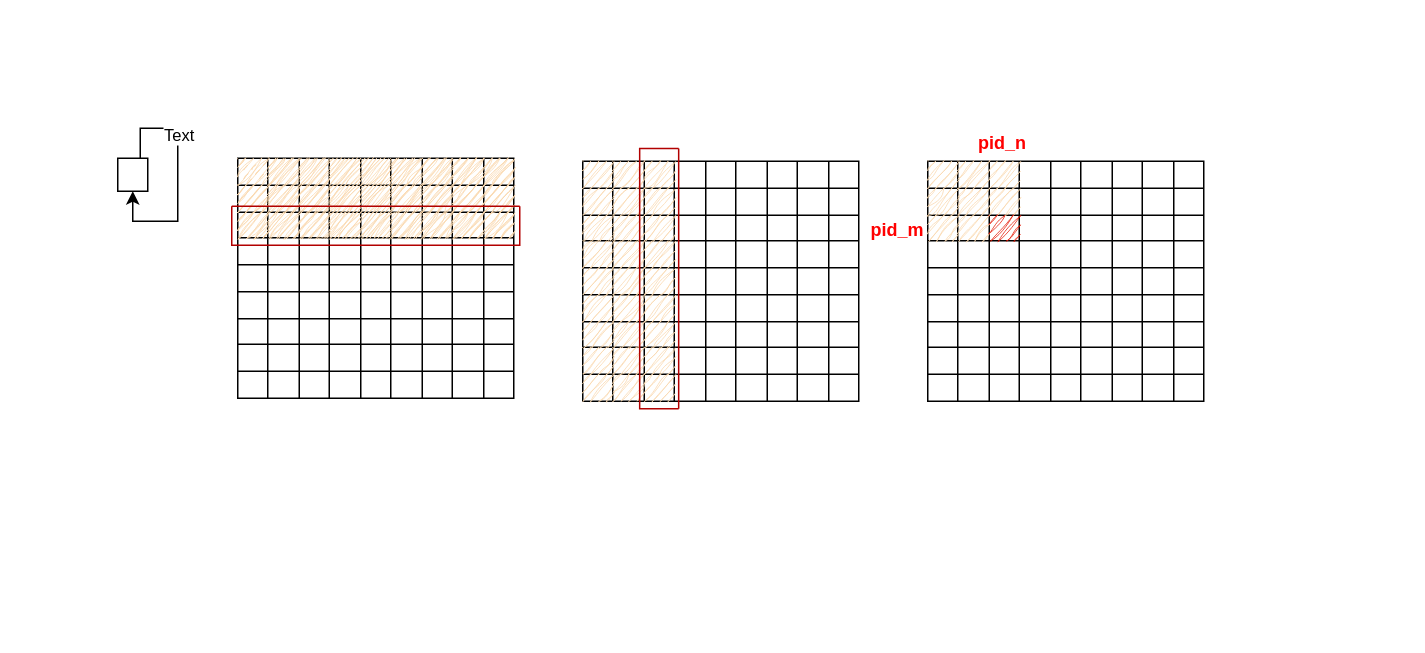
Earlier version of the draw.io diagram assets/triton_matmul.drawio (ShizhongP/dl-notes). Source tidied: cells renumbered, new cells numbered last; positions are measured from the earlier drawing's top-left corner, leaving out a move shared by most shapes. Both pictures are drawn from the tidied source at 150%, with x=0, y=0 at pixel (117, 128).
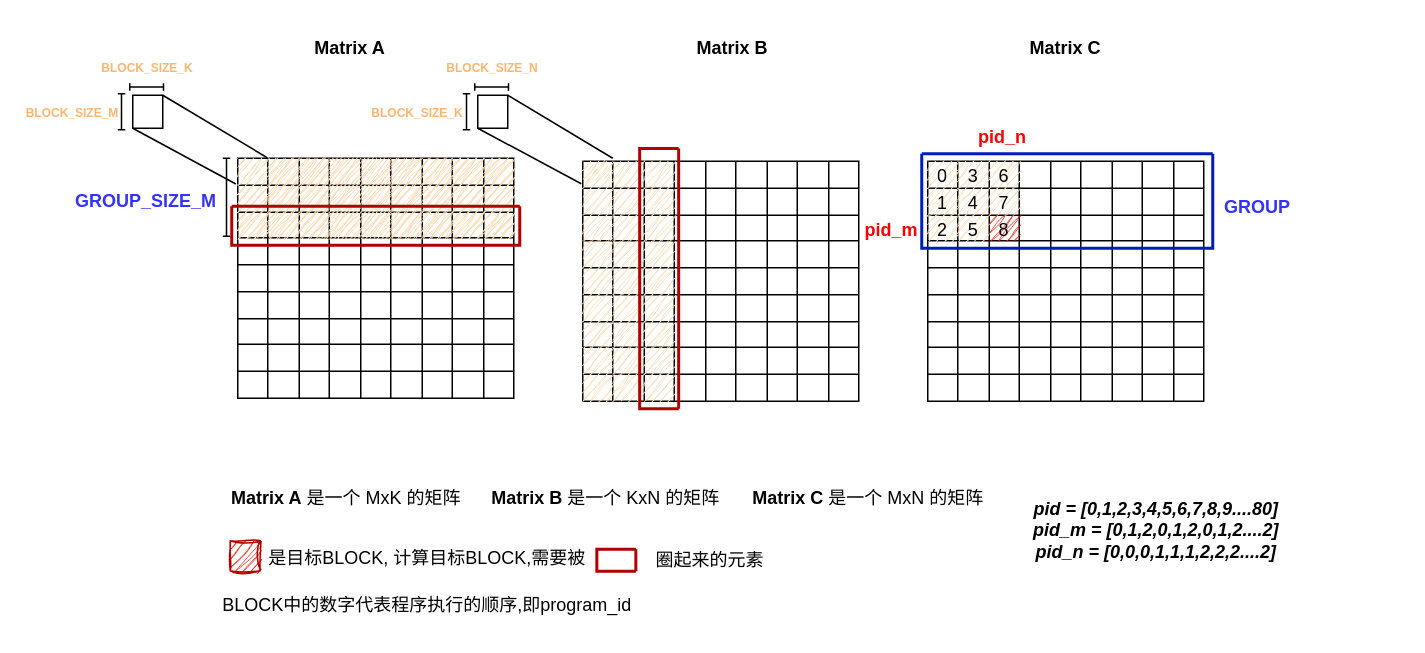
The same page after the edit.

The change refers to these unchanged cells:
```xml
<mxCell id="3" style="shape=tableRow;horizontal=0;startSize=0;swimlaneHead=0;swimlaneBody=0;strokeColor=#b46504;top=0;left=0;bottom=0;right=0;fillColor=#fad7ac;points=[[0,0.5],[1,0.5]];portConstraint=eastwest;swimlaneLine=1;sketch=1;curveFitting=1;jiggle=2;" parent="2" vertex="1">
  <mxGeometry width="184" height="18" as="geometry" />
</mxCell>
<mxCell id="13" style="shape=tableRow;horizontal=0;startSize=0;swimlaneHead=0;swimlaneBody=0;strokeColor=#b46504;top=0;left=0;bottom=0;right=0;fillColor=#fad7ac;points=[[0,0.5],[1,0.5]];portConstraint=eastwest;swimlaneLine=1;sketch=1;curveFitting=1;jiggle=2;" parent="2" vertex="1">
  <mxGeometry y="18" width="184" height="18" as="geometry" />
</mxCell>
<mxCell id="185" style="shape=tableRow;horizontal=0;startSize=0;swimlaneHead=0;swimlaneBody=0;strokeColor=inherit;top=0;left=0;bottom=0;right=0;fillColor=none;" parent="184" vertex="1">
  <mxGeometry width="184" height="18" as="geometry" />
</mxCell>
<mxCell id="195" style="shape=tableRow;horizontal=0;startSize=0;swimlaneHead=0;swimlaneBody=0;strokeColor=inherit;top=0;left=0;bottom=0;right=0;fillColor=none;" parent="184" vertex="1">
  <mxGeometry y="18" width="184" height="18" as="geometry" />
</mxCell>
<mxCell id="205" style="shape=tableRow;horizontal=0;startSize=0;swimlaneHead=0;swimlaneBody=0;strokeColor=inherit;top=0;left=0;bottom=0;right=0;fillColor=none;" parent="184" vertex="1">
  <mxGeometry y="36" width="184" height="17" as="geometry" />
</mxCell>
```

Change to the diagram source:
```diff
@@
-    <mxCell id="186" style="shape=partialRectangle;html=1;whiteSpace=wrap;strokeColor=#b46504;overflow=hidden;fillColor=#fad7ac;top=0;left=0;bottom=0;right=0;sketch=1;curveFitting=1;jiggle=2;" parent="185" vertex="1">
+    <mxCell id="186" value="0" style="shape=partialRectangle;html=1;whiteSpace=wrap;strokeColor=#b46504;overflow=hidden;fillColor=#fad7ac;top=0;left=0;bottom=0;right=0;sketch=1;curveFitting=1;jiggle=2;" parent="185" vertex="1">
       <mxGeometry width="20" height="18" as="geometry" />
     </mxCell>
-    <mxCell id="187" style="shape=partialRectangle;html=1;whiteSpace=wrap;strokeColor=#b46504;overflow=hidden;fillColor=#fad7ac;top=0;left=0;bottom=0;right=0;sketch=1;curveFitting=1;jiggle=2;" parent="185" vertex="1">
+    <mxCell id="187" value="3" style="shape=partialRectangle;html=1;whiteSpace=wrap;strokeColor=#b46504;overflow=hidden;fillColor=#fad7ac;top=0;left=0;bottom=0;right=0;sketch=1;curveFitting=1;jiggle=2;" parent="185" vertex="1">
       <mxGeometry x="20" width="21" height="18" as="geometry" />
     </mxCell>
-    <mxCell id="188" style="shape=partialRectangle;html=1;whiteSpace=wrap;strokeColor=#b46504;overflow=hidden;fillColor=#fad7ac;top=0;left=0;bottom=0;right=0;sketch=1;curveFitting=1;jiggle=2;" parent="185" vertex="1">
+    <mxCell id="188" value="6" style="shape=partialRectangle;html=1;whiteSpace=wrap;strokeColor=#b46504;overflow=hidden;fillColor=#fad7ac;top=0;left=0;bottom=0;right=0;sketch=1;curveFitting=1;jiggle=2;" parent="185" vertex="1">
       <mxGeometry x="41" width="20" height="18" as="geometry" />
     </mxCell>
@@
-    <mxCell id="196" style="shape=partialRectangle;html=1;whiteSpace=wrap;strokeColor=#b46504;overflow=hidden;fillColor=#fad7ac;top=0;left=0;bottom=0;right=0;sketch=1;curveFitting=1;jiggle=2;" parent="195" vertex="1">
+    <mxCell id="196" value="1" style="shape=partialRectangle;html=1;whiteSpace=wrap;strokeColor=#b46504;overflow=hidden;fillColor=#fad7ac;top=0;left=0;bottom=0;right=0;sketch=1;curveFitting=1;jiggle=2;" parent="195" vertex="1">
       <mxGeometry width="20" height="18" as="geometry" />
     </mxCell>
-    <mxCell id="197" style="shape=partialRectangle;html=1;whiteSpace=wrap;strokeColor=#b46504;overflow=hidden;fillColor=#fad7ac;top=0;left=0;bottom=0;right=0;sketch=1;curveFitting=1;jiggle=2;" parent="195" vertex="1">
+    <mxCell id="197" value="4" style="shape=partialRectangle;html=1;whiteSpace=wrap;strokeColor=#b46504;overflow=hidden;fillColor=#fad7ac;top=0;left=0;bottom=0;right=0;sketch=1;curveFitting=1;jiggle=2;" parent="195" vertex="1">
       <mxGeometry x="20" width="21" height="18" as="geometry" />
     </mxCell>
-    <mxCell id="198" style="shape=partialRectangle;html=1;whiteSpace=wrap;strokeColor=#b46504;overflow=hidden;fillColor=#fad7ac;top=0;left=0;bottom=0;right=0;sketch=1;curveFitting=1;jiggle=2;" parent="195" vertex="1">
+    <mxCell id="198" value="7" style="shape=partialRectangle;html=1;whiteSpace=wrap;strokeColor=#b46504;overflow=hidden;fillColor=#fad7ac;top=0;left=0;bottom=0;right=0;sketch=1;curveFitting=1;jiggle=2;" parent="195" vertex="1">
       <mxGeometry x="41" width="20" height="18" as="geometry" />
     </mxCell>
@@
-    <mxCell id="206" style="shape=partialRectangle;html=1;whiteSpace=wrap;strokeColor=#b46504;overflow=hidden;fillColor=#fad7ac;top=0;left=0;bottom=0;right=0;sketch=1;curveFitting=1;jiggle=2;" parent="205" vertex="1">
+    <mxCell id="206" value="2" style="shape=partialRectangle;html=1;whiteSpace=wrap;strokeColor=#b46504;overflow=hidden;fillColor=#fad7ac;top=0;left=0;bottom=0;right=0;sketch=1;curveFitting=1;jiggle=2;" parent="205" vertex="1">
       <mxGeometry width="20" height="17" as="geometry" />
     </mxCell>
-    <mxCell id="207" style="shape=partialRectangle;html=1;whiteSpace=wrap;strokeColor=#b46504;overflow=hidden;fillColor=#fad7ac;top=0;left=0;bottom=0;right=0;sketch=1;curveFitting=1;jiggle=2;" parent="205" vertex="1">
+    <mxCell id="207" value="5" style="shape=partialRectangle;html=1;whiteSpace=wrap;strokeColor=#b46504;overflow=hidden;fillColor=#fad7ac;top=0;left=0;bottom=0;right=0;sketch=1;curveFitting=1;jiggle=2;" parent="205" vertex="1">
       <mxGeometry x="20" width="21" height="17" as="geometry" />
     </mxCell>
-    <mxCell id="208" style="shape=partialRectangle;html=1;whiteSpace=wrap;strokeColor=#B20000;overflow=hidden;fillColor=#e51400;top=0;left=0;bottom=0;right=0;sketch=1;curveFitting=1;jiggle=2;fontColor=#ffffff;" parent="205" vertex="1">
+    <mxCell id="208" value="&lt;span style=&quot;color: rgb(0, 0, 0);&quot;&gt;8&lt;/span&gt;" style="shape=partialRectangle;html=1;whiteSpace=wrap;strokeColor=#B20000;overflow=hidden;fillColor=#e51400;top=0;left=0;bottom=0;right=0;sketch=1;curveFitting=1;jiggle=2;fontColor=#ffffff;" parent="205" vertex="1">
       <mxGeometry x="41" width="20" height="17" as="geometry" />
     </mxCell>
@@
-    <mxCell id="275" style="swimlane;startSize=0;fillColor=#e51400;fontColor=#ffffff;strokeColor=#B20000;" parent="1" vertex="1">
+    <mxCell id="275" style="swimlane;startSize=0;fillColor=#e51400;fontColor=#ffffff;strokeColor=#B20000;strokeWidth=2;" parent="1" vertex="1">
       <mxGeometry x="76" y="52" width="192" height="26" as="geometry" />
     </mxCell>
-    <mxCell id="276" style="swimlane;startSize=0;fillColor=#e51400;fontColor=#ffffff;strokeColor=#B20000;rotation=90;" parent="1" vertex="1">
+    <mxCell id="276" style="swimlane;startSize=0;fillColor=#e51400;fontColor=#ffffff;strokeColor=#B20000;rotation=90;strokeWidth=2;" parent="1" vertex="1">
       <mxGeometry x="274.2" y="87.2" width="173.5" height="26" as="geometry" />
     </mxCell>
     <mxCell id="277" value="&lt;b&gt;&lt;span style=&quot;color: rgb(255, 0, 0);&quot;&gt;pid_m&lt;/span&gt;&lt;/b&gt;" style="text;html=1;align=center;verticalAlign=middle;whiteSpace=wrap;rounded=0;" parent="1" vertex="1">
-      <mxGeometry x="500" y="58" width="40" height="20" as="geometry" />
+      <mxGeometry x="496" y="58" width="40" height="20" as="geometry" />
     </mxCell>
     <mxCell id="278" value="&lt;b&gt;&lt;span style=&quot;color: rgb(255, 0, 0);&quot;&gt;pid_n&lt;/span&gt;&lt;/b&gt;" style="text;html=1;align=center;verticalAlign=middle;whiteSpace=wrap;rounded=0;" parent="1" vertex="1">
-      <mxGeometry x="570" width="40" height="20" as="geometry" />
+      <mxGeometry x="570" y="-4" width="40" height="20" as="geometry" />
     </mxCell>
     <mxCell id="279" style="rounded=0;whiteSpace=wrap;html=1;" parent="1" vertex="1">
-      <mxGeometry y="20" width="20" height="22" as="geometry" />
+      <mxGeometry x="10" y="-22" width="20" height="22" as="geometry" />
     </mxCell>
-    <mxCell id="280" style="edgeStyle=orthogonalEdgeStyle;rounded=0;orthogonalLoop=1;jettySize=auto;html=1;exitX=0.75;exitY=0;exitDx=0;exitDy=0;" parent="1" edge="1" source="279" target="279">
-      <mxGeometry relative="1" as="geometry" />
-    </mxCell>
-    <mxCell id="281" value="Text" style="edgeLabel;html=1;align=center;verticalAlign=middle;" parent="280" vertex="1">
-      <mxGeometry x="-0.38" relative="1" as="geometry" />
-    </mxCell>
+    <mxCell id="282" style="endArrow=none;html=1;rounded=0;exitX=-0.007;exitY=-0.046;exitDx=0;exitDy=0;exitPerimeter=0;entryX=0;entryY=1;entryDx=0;entryDy=0;" parent="1" edge="1" source="13" target="279">
+      <mxGeometry relative="1" as="geometry" />
+    </mxCell>
+    <mxCell id="283" style="endArrow=none;html=1;rounded=0;entryX=1;entryY=0;entryDx=0;entryDy=0;exitX=0.107;exitY=-0.019;exitDx=0;exitDy=0;exitPerimeter=0;" parent="1" edge="1" source="3" target="279">
+      <mxGeometry relative="1" as="geometry" />
+    </mxCell>
+    <mxCell id="284" style="shape=crossbar;whiteSpace=wrap;html=1;rounded=1;direction=south;" parent="1" vertex="1">
+      <mxGeometry y="-23" width="5" height="24" as="geometry" />
+    </mxCell>
+    <mxCell id="285" style="shape=crossbar;whiteSpace=wrap;html=1;rounded=1;direction=west;" parent="1" vertex="1">
+      <mxGeometry x="8" y="-30" width="22.5" height="5" as="geometry" />
+    </mxCell>
+    <mxCell id="286" value="&lt;b&gt;&lt;font style=&quot;font-size: 8px; color: rgb(255, 181, 112);&quot;&gt;BLOCK_SIZE_M&lt;/font&gt;&lt;/b&gt;" style="text;html=1;align=center;verticalAlign=middle;whiteSpace=wrap;rounded=0;" parent="1" vertex="1">
+      <mxGeometry x="-60" y="-26" width="60" height="30" as="geometry" />
+    </mxCell>
+    <mxCell id="287" value="&lt;b style=&quot;color: rgb(0, 0, 255);&quot;&gt;&lt;font style=&quot;font-size: 8px; color: rgb(255, 181, 112);&quot;&gt;BLOCK_SIZE_K&lt;/font&gt;&lt;/b&gt;" style="text;html=1;align=center;verticalAlign=middle;whiteSpace=wrap;rounded=0;" parent="1" vertex="1">
+      <mxGeometry x="-10" y="-56" width="60" height="30" as="geometry" />
+    </mxCell>
+    <mxCell id="288" value="&lt;b&gt;Matrix A&lt;/b&gt;" style="text;html=1;align=center;verticalAlign=middle;whiteSpace=wrap;rounded=0;" parent="1" vertex="1">
+      <mxGeometry x="125" y="-68" width="60" height="30" as="geometry" />
+    </mxCell>
+    <mxCell id="289" style="shape=partialRectangle;html=1;whiteSpace=wrap;strokeColor=#b46504;overflow=hidden;fillColor=#fad7ac;top=0;left=0;bottom=0;right=0;fillStyle=dashed;swimlaneLine=1;sketch=1;curveFitting=1;jiggle=2;" parent="1" vertex="1">
+      <mxGeometry x="310" y="20" width="20" height="18" as="geometry" />
+    </mxCell>
+    <mxCell id="290" style="rounded=0;whiteSpace=wrap;html=1;" parent="1" vertex="1">
+      <mxGeometry x="240" y="-22" width="20" height="22" as="geometry" />
+    </mxCell>
+    <mxCell id="291" style="endArrow=none;html=1;rounded=0;exitX=-0.007;exitY=-0.046;exitDx=0;exitDy=0;exitPerimeter=0;entryX=0;entryY=1;entryDx=0;entryDy=0;" parent="1" edge="1" target="290">
+      <mxGeometry relative="1" as="geometry">
+        <mxPoint x="309" y="37" as="sourcePoint" />
+      </mxGeometry>
+    </mxCell>
+    <mxCell id="292" style="endArrow=none;html=1;rounded=0;entryX=1;entryY=0;entryDx=0;entryDy=0;exitX=0.107;exitY=-0.019;exitDx=0;exitDy=0;exitPerimeter=0;" parent="1" edge="1" target="290">
+      <mxGeometry relative="1" as="geometry">
+        <mxPoint x="330" y="20" as="sourcePoint" />
+      </mxGeometry>
+    </mxCell>
+    <mxCell id="293" style="shape=crossbar;whiteSpace=wrap;html=1;rounded=1;direction=south;" parent="1" vertex="1">
+      <mxGeometry x="230" y="-23" width="5" height="24" as="geometry" />
+    </mxCell>
+    <mxCell id="294" style="shape=crossbar;whiteSpace=wrap;html=1;rounded=1;direction=west;" parent="1" vertex="1">
+      <mxGeometry x="238" y="-30" width="22.5" height="5" as="geometry" />
+    </mxCell>
+    <mxCell id="295" value="&lt;b&gt;&lt;font style=&quot;font-size: 8px; color: rgb(255, 181, 112);&quot;&gt;BLOCK_SIZE_K&lt;/font&gt;&lt;/b&gt;" style="text;html=1;align=center;verticalAlign=middle;whiteSpace=wrap;rounded=0;" parent="1" vertex="1">
+      <mxGeometry x="170" y="-26" width="60" height="30" as="geometry" />
+    </mxCell>
+    <mxCell id="296" value="&lt;b&gt;&lt;font style=&quot;font-size: 8px; color: rgb(255, 181, 112);&quot;&gt;BLOCK_SIZE_N&lt;/font&gt;&lt;/b&gt;" style="text;html=1;align=center;verticalAlign=middle;whiteSpace=wrap;rounded=0;" parent="1" vertex="1">
+      <mxGeometry x="220" y="-56" width="60" height="30" as="geometry" />
+    </mxCell>
+    <mxCell id="297" value="&lt;b&gt;Matrix B&lt;br&gt;&lt;/b&gt;" style="text;html=1;align=center;verticalAlign=middle;whiteSpace=wrap;rounded=0;" parent="1" vertex="1">
+      <mxGeometry x="380" y="-68" width="60" height="30" as="geometry" />
+    </mxCell>
+    <mxCell id="298" style="rounded=0;whiteSpace=wrap;html=1;fillColor=#e51400;fontColor=#ffffff;strokeColor=#B20000;sketch=1;curveFitting=1;jiggle=2;" parent="1" vertex="1">
+      <mxGeometry x="75" y="275" width="20" height="20" as="geometry" />
+    </mxCell>
+    <mxCell id="299" value="是目标BLOCK, 计算目标BLOCK,需要被" style="text;html=1;align=center;verticalAlign=middle;whiteSpace=wrap;rounded=0;" parent="1" vertex="1">
+      <mxGeometry x="88" y="272" width="237" height="30" as="geometry" />
+    </mxCell>
+    <mxCell id="300" value="&lt;b&gt;Matrix C&lt;br&gt;&lt;/b&gt;" style="text;html=1;align=center;verticalAlign=middle;whiteSpace=wrap;rounded=0;" parent="1" vertex="1">
+      <mxGeometry x="602" y="-68" width="60" height="30" as="geometry" />
+    </mxCell>
+    <mxCell id="301" style="swimlane;startSize=0;fillColor=#0050ef;fontColor=#ffffff;strokeColor=#001DBC;strokeWidth=2;" parent="1" vertex="1">
+      <mxGeometry x="536" y="17" width="194" height="63" as="geometry" />
+    </mxCell>
+    <mxCell id="302" value="&lt;b&gt;&lt;span style=&quot;color: light-dark(rgb(51, 51, 255), rgb(168, 168, 255));&quot;&gt;GROUP&lt;/span&gt;&lt;/b&gt;" style="text;html=1;align=center;verticalAlign=middle;whiteSpace=wrap;rounded=0;" parent="1" vertex="1">
+      <mxGeometry x="730" y="38" width="60" height="30" as="geometry" />
+    </mxCell>
+    <mxCell id="303" style="shape=crossbar;whiteSpace=wrap;html=1;rounded=1;direction=south;" parent="1" vertex="1">
+      <mxGeometry x="70" y="20" width="5" height="52" as="geometry" />
+    </mxCell>
+    <mxCell id="304" value="&lt;b&gt;&lt;span style=&quot;color: rgb(51, 51, 255);&quot;&gt;&lt;span style=&quot;color: light-dark(rgb(51, 51, 255), rgb(168, 168, 255));&quot;&gt;GROUP&lt;/span&gt;_SIZE_M&lt;/span&gt;&lt;/b&gt;" style="text;html=1;align=center;verticalAlign=middle;whiteSpace=wrap;rounded=0;" parent="1" vertex="1">
+      <mxGeometry x="-10.8" y="33.5" width="60" height="30" as="geometry" />
+    </mxCell>
+    <mxCell id="305" style="swimlane;startSize=0;fillColor=#e51400;fontColor=#ffffff;strokeColor=#B20000;rotation=90;strokeWidth=2;" parent="1" vertex="1">
+      <mxGeometry x="325" y="275" width="14.8" height="26" as="geometry" />
+    </mxCell>
+    <mxCell id="306" value="圈起来的元素" style="text;html=1;align=center;verticalAlign=middle;whiteSpace=wrap;rounded=0;" parent="1" vertex="1">
+      <mxGeometry x="335" y="273" width="120" height="30" as="geometry" />
+    </mxCell>
+    <mxCell id="307" value="&lt;b&gt;Matrix A&lt;/b&gt; 是一个 MxK 的矩阵" style="text;html=1;align=center;verticalAlign=middle;whiteSpace=wrap;rounded=0;" parent="1" vertex="1">
+      <mxGeometry x="65" y="232" width="175" height="30" as="geometry" />
+    </mxCell>
+    <mxCell id="308" value="&lt;b&gt;Matrix B&lt;/b&gt; 是一个 KxN 的矩阵" style="text;html=1;align=center;verticalAlign=middle;whiteSpace=wrap;rounded=0;" parent="1" vertex="1">
+      <mxGeometry x="238" y="232" width="175" height="30" as="geometry" />
+    </mxCell>
+    <mxCell id="309" value="&lt;b&gt;Matrix C&lt;/b&gt; 是一个 MxN 的矩阵" style="text;html=1;align=center;verticalAlign=middle;whiteSpace=wrap;rounded=0;" parent="1" vertex="1">
+      <mxGeometry x="413" y="232" width="175" height="30" as="geometry" />
+    </mxCell>
+    <mxCell id="310" value="BLOCK中的数字代表程序执行的顺序,即program_id" style="text;html=1;align=center;verticalAlign=middle;whiteSpace=wrap;rounded=0;" parent="1" vertex="1">
+      <mxGeometry x="39" y="303" width="335" height="30" as="geometry" />
+    </mxCell>
+    <mxCell id="311" value="&lt;div&gt;&lt;i&gt;&lt;b&gt;pid = [0,1,2,3,4,5,6,7,8,9....80]&lt;/b&gt;&lt;/i&gt;&lt;/div&gt;&lt;div&gt;&lt;i&gt;&lt;b&gt;pid_m = [0,1,2,0,1,2,0,1,2....2]&lt;br&gt;&lt;/b&gt;&lt;/i&gt;&lt;/div&gt;&lt;div&gt;&lt;i&gt;&lt;b&gt;pid_n = [0,0,0,1,1,1,2,2,2....2]&lt;br&gt;&lt;/b&gt;&lt;/i&gt;&lt;/div&gt;" style="text;html=1;align=center;verticalAlign=middle;whiteSpace=wrap;rounded=0;" parent="1" vertex="1">
+      <mxGeometry x="530" y="233" width="325" height="70" as="geometry" />
+    </mxCell>
```
